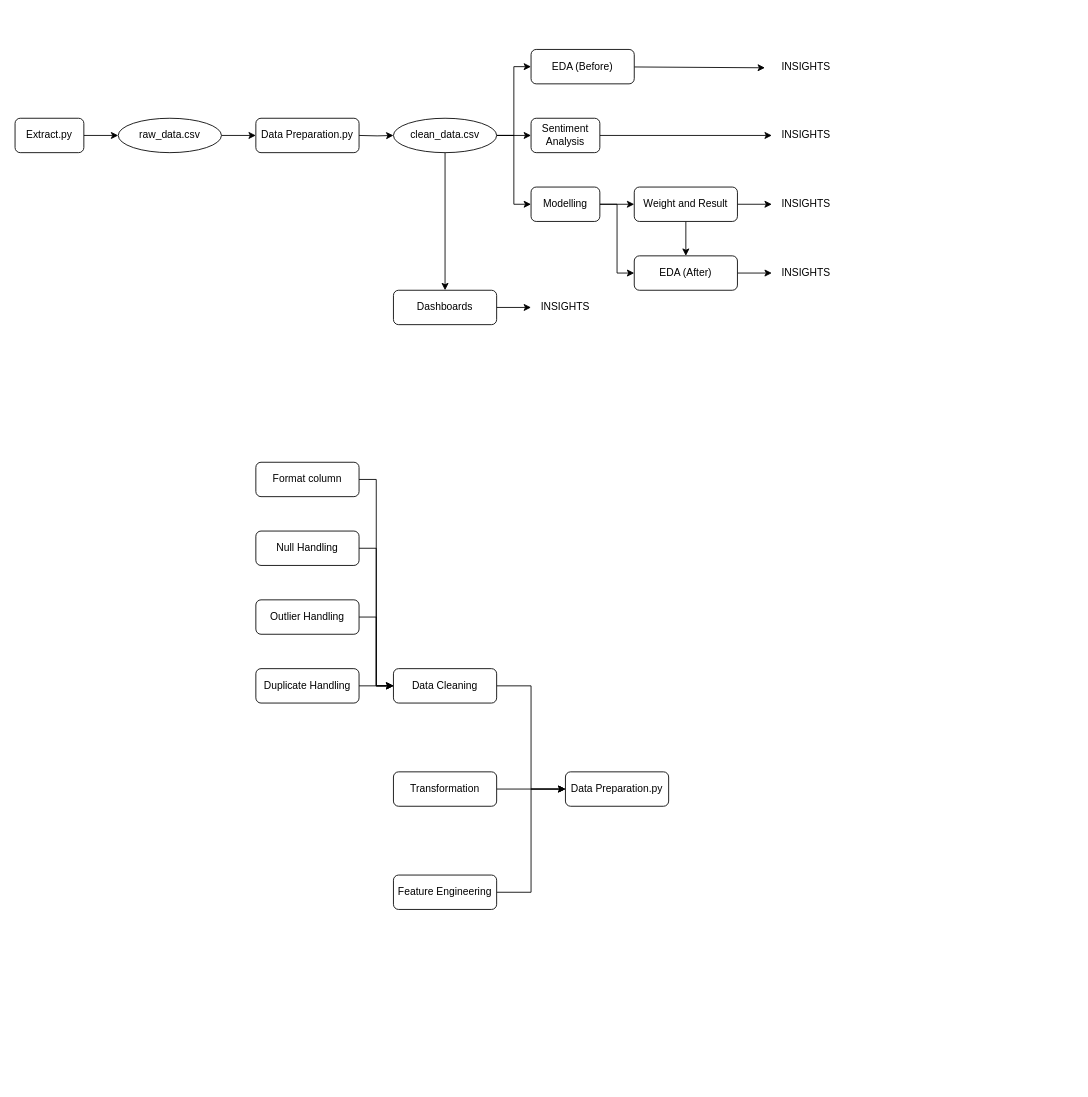
The draw.io diagram Flow Chart.drawio in MarkPhamm/British-Airway, before the edit. Source tidied: cells renumbered, new cells numbered last; positions are measured from the earlier drawing's top-left corner, leaving out a move shared by most shapes. Both pictures are drawn from the tidied source at 86%, with x=0, y=0 at pixel (15, 49).
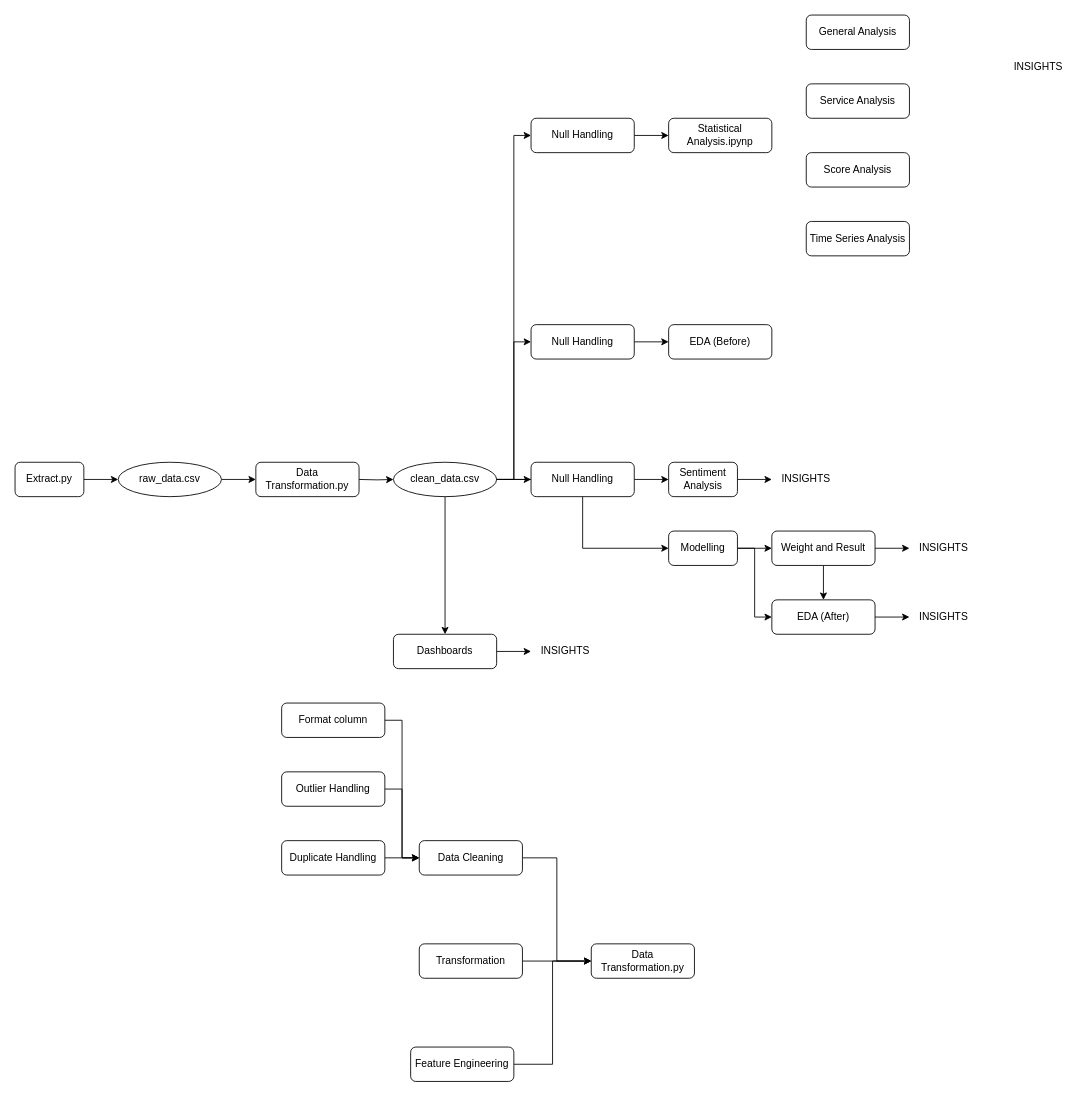
Above is the later version.

Change to the diagram source:
```diff
@@
     <mxCell id="3" value="Extract.py" style="rounded=1;whiteSpace=wrap;html=1;fontSize=12;glass=0;strokeWidth=1;shadow=0;" parent="1" vertex="1">
-      <mxGeometry y="80" width="80" height="40" as="geometry" />
+      <mxGeometry y="480" width="80" height="40" as="geometry" />
     </mxCell>
@@
     <mxCell id="5" value="raw_data.csv" style="ellipse;whiteSpace=wrap;html=1;rounded=1;glass=0;strokeWidth=1;shadow=0;" parent="1" vertex="1">
-      <mxGeometry x="120" y="80" width="120" height="40" as="geometry" />
+      <mxGeometry x="120" y="480" width="120" height="40" as="geometry" />
     </mxCell>
     <mxCell id="6" style="edgeStyle=orthogonalEdgeStyle;rounded=0;jettySize=auto;html=1;entryX=0;entryY=0.5;entryDx=0;entryDy=0;" parent="1" edge="1" target="12">
       <mxGeometry relative="1" as="geometry">
-        <mxPoint x="400" y="100" as="sourcePoint" />
+        <mxPoint x="400" y="500" as="sourcePoint" />
       </mxGeometry>
     </mxCell>
-    <mxCell id="7" value="Data Preparation.py" style="rounded=1;whiteSpace=wrap;html=1;glass=0;strokeWidth=1;shadow=0;" parent="1" vertex="1">
-      <mxGeometry x="280" y="80" width="120" height="40" as="geometry" />
+    <mxCell id="7" value="Data Transformation.py" style="rounded=1;whiteSpace=wrap;html=1;glass=0;strokeWidth=1;shadow=0;" parent="1" vertex="1">
+      <mxGeometry x="280" y="480" width="120" height="40" as="geometry" />
     </mxCell>
-    <mxCell id="8" style="edgeStyle=orthogonalEdgeStyle;rounded=0;jettySize=auto;html=1;entryX=0;entryY=0.5;entryDx=0;entryDy=0;" parent="1" edge="1" source="12" target="14">
-      <mxGeometry relative="1" as="geometry" />
-    </mxCell>
-    <mxCell id="9" style="edgeStyle=orthogonalEdgeStyle;rounded=0;jettySize=auto;html=1;entryX=0;entryY=0.5;entryDx=0;entryDy=0;" parent="1" edge="1" source="12" target="16">
+    <mxCell id="9" style="edgeStyle=orthogonalEdgeStyle;rounded=0;jettySize=auto;html=1;entryX=0;entryY=0.5;entryDx=0;entryDy=0;" parent="1" edge="1" source="48" target="16">
       <mxGeometry relative="1" as="geometry" />
     </mxCell>
@@
     <mxCell id="12" value="clean_data.csv" style="ellipse;whiteSpace=wrap;html=1;rounded=1;glass=0;strokeWidth=1;shadow=0;" parent="1" vertex="1">
-      <mxGeometry x="440" y="80" width="120" height="40" as="geometry" />
+      <mxGeometry x="440" y="480" width="120" height="40" as="geometry" />
     </mxCell>
-    <mxCell id="13" style="rounded=0;jettySize=auto;html=1;entryX=-0.1;entryY=0.533;entryDx=0;entryDy=0;entryPerimeter=0;" parent="1" edge="1" source="14" target="27">
-      <mxGeometry relative="1" as="geometry" />
-    </mxCell>
-    <mxCell id="14" value="EDA (Before)" style="rounded=1;whiteSpace=wrap;html=1;fontSize=12;glass=0;strokeWidth=1;shadow=0;" parent="1" vertex="1">
-      <mxGeometry x="600" width="120" height="40" as="geometry" />
+    <mxCell id="14" value="Statistical Analysis.ipynp" style="rounded=1;whiteSpace=wrap;html=1;fontSize=12;glass=0;strokeWidth=1;shadow=0;" parent="1" vertex="1">
+      <mxGeometry x="760" y="80" width="120" height="40" as="geometry" />
     </mxCell>
@@
     <mxCell id="16" value="Sentiment Analysis" style="rounded=1;whiteSpace=wrap;html=1;fontSize=12;glass=0;strokeWidth=1;shadow=0;" parent="1" vertex="1">
-      <mxGeometry x="600" y="80" width="80" height="40" as="geometry" />
+      <mxGeometry x="760" y="480" width="80" height="40" as="geometry" />
     </mxCell>
@@
     <mxCell id="19" value="Modelling" style="rounded=1;whiteSpace=wrap;html=1;fontSize=12;glass=0;strokeWidth=1;shadow=0;" parent="1" vertex="1">
-      <mxGeometry x="600" y="160" width="80" height="40" as="geometry" />
+      <mxGeometry x="760" y="560" width="80" height="40" as="geometry" />
     </mxCell>
@@
     <mxCell id="21" value="EDA (After)" style="rounded=1;whiteSpace=wrap;html=1;fontSize=12;glass=0;strokeWidth=1;shadow=0;" parent="1" vertex="1">
-      <mxGeometry x="720" y="240" width="120" height="40" as="geometry" />
+      <mxGeometry x="880" y="640" width="120" height="40" as="geometry" />
     </mxCell>
@@
     <mxCell id="24" value="Weight and Result" style="rounded=1;whiteSpace=wrap;html=1;" parent="1" vertex="1">
-      <mxGeometry x="720" y="160" width="120" height="40" as="geometry" />
+      <mxGeometry x="880" y="560" width="120" height="40" as="geometry" />
     </mxCell>
@@
     <mxCell id="26" value="Dashboards" style="rounded=1;whiteSpace=wrap;html=1;" parent="1" vertex="1">
-      <mxGeometry x="440" y="280" width="120" height="40" as="geometry" />
+      <mxGeometry x="440" y="680" width="120" height="40" as="geometry" />
     </mxCell>
     <mxCell id="27" value="INSIGHTS" style="text;html=1;align=center;verticalAlign=middle;whiteSpace=wrap;rounded=0;" parent="1" vertex="1">
-      <mxGeometry x="880" width="80" height="40" as="geometry" />
+      <mxGeometry x="1150" width="80" height="40" as="geometry" />
     </mxCell>
     <mxCell id="28" value="INSIGHTS" style="text;html=1;align=center;verticalAlign=middle;whiteSpace=wrap;rounded=0;" parent="1" vertex="1">
-      <mxGeometry x="880" y="80" width="80" height="40" as="geometry" />
+      <mxGeometry x="880" y="480" width="80" height="40" as="geometry" />
     </mxCell>
     <mxCell id="29" value="INSIGHTS" style="text;html=1;align=center;verticalAlign=middle;whiteSpace=wrap;rounded=0;" parent="1" vertex="1">
-      <mxGeometry x="880" y="160" width="80" height="40" as="geometry" />
+      <mxGeometry x="1040" y="560" width="80" height="40" as="geometry" />
     </mxCell>
     <mxCell id="30" value="INSIGHTS" style="text;html=1;align=center;verticalAlign=middle;whiteSpace=wrap;rounded=0;" parent="1" vertex="1">
-      <mxGeometry x="600" y="280" width="80" height="40" as="geometry" />
+      <mxGeometry x="600" y="680" width="80" height="40" as="geometry" />
     </mxCell>
     <mxCell id="31" value="INSIGHTS" style="text;html=1;align=center;verticalAlign=middle;whiteSpace=wrap;rounded=0;" parent="1" vertex="1">
-      <mxGeometry x="880" y="240" width="80" height="40" as="geometry" />
+      <mxGeometry x="1040" y="640" width="80" height="40" as="geometry" />
     </mxCell>
-    <mxCell id="32" value="Data Preparation.py" style="rounded=1;whiteSpace=wrap;html=1;glass=0;strokeWidth=1;shadow=0;" parent="1" vertex="1">
-      <mxGeometry x="640" y="840" width="120" height="40" as="geometry" />
+    <mxCell id="32" value="Data Transformation.py" style="rounded=1;whiteSpace=wrap;html=1;glass=0;strokeWidth=1;shadow=0;" parent="1" vertex="1">
+      <mxGeometry x="670" y="1040" width="120" height="40" as="geometry" />
     </mxCell>
@@
     <mxCell id="34" value="Data Cleaning" style="rounded=1;whiteSpace=wrap;html=1;glass=0;strokeWidth=1;shadow=0;" parent="1" vertex="1">
-      <mxGeometry x="440" y="720" width="120" height="40" as="geometry" />
+      <mxGeometry x="470" y="920" width="120" height="40" as="geometry" />
     </mxCell>
@@
     <mxCell id="36" value="Transformation" style="rounded=1;whiteSpace=wrap;html=1;glass=0;strokeWidth=1;shadow=0;" parent="1" vertex="1">
-      <mxGeometry x="440" y="840" width="120" height="40" as="geometry" />
+      <mxGeometry x="470" y="1040" width="120" height="40" as="geometry" />
     </mxCell>
@@
     <mxCell id="38" value="Feature Engineering" style="rounded=1;whiteSpace=wrap;html=1;glass=0;strokeWidth=1;shadow=0;" parent="1" vertex="1">
-      <mxGeometry x="440" y="960" width="120" height="40" as="geometry" />
+      <mxGeometry x="460" y="1160" width="120" height="40" as="geometry" />
     </mxCell>
@@
     <mxCell id="40" value="Format column" style="rounded=1;whiteSpace=wrap;html=1;glass=0;strokeWidth=1;shadow=0;" parent="1" vertex="1">
-      <mxGeometry x="280" y="480" width="120" height="40" as="geometry" />
+      <mxGeometry x="310" y="760" width="120" height="40" as="geometry" />
     </mxCell>
-    <mxCell id="41" style="edgeStyle=orthogonalEdgeStyle;rounded=0;jettySize=auto;html=1;entryX=0;entryY=0.5;entryDx=0;entryDy=0;" parent="1" edge="1" source="42" target="34">
-      <mxGeometry relative="1" as="geometry" />
-    </mxCell>
-    <mxCell id="42" value="Null Handling" style="rounded=1;whiteSpace=wrap;html=1;glass=0;strokeWidth=1;shadow=0;" parent="1" vertex="1">
-      <mxGeometry x="280" y="560" width="120" height="40" as="geometry" />
-    </mxCell>
@@
     <mxCell id="44" value="Outlier Handling" style="rounded=1;whiteSpace=wrap;html=1;glass=0;strokeWidth=1;shadow=0;" parent="1" vertex="1">
-      <mxGeometry x="280" y="640" width="120" height="40" as="geometry" />
+      <mxGeometry x="310" y="840" width="120" height="40" as="geometry" />
     </mxCell>
@@
     <mxCell id="46" value="Duplicate Handling" style="rounded=1;whiteSpace=wrap;html=1;glass=0;strokeWidth=1;shadow=0;" parent="1" vertex="1">
-      <mxGeometry x="280" y="720" width="120" height="40" as="geometry" />
+      <mxGeometry x="310" y="920" width="120" height="40" as="geometry" />
     </mxCell>
+    <mxCell id="47" style="edgeStyle=orthogonalEdgeStyle;rounded=0;jettySize=auto;html=1;entryX=0;entryY=0.5;entryDx=0;entryDy=0;" parent="1" edge="1" source="12" target="48">
+      <mxGeometry relative="1" as="geometry" />
+    </mxCell>
+    <mxCell id="48" value="Null Handling" style="rounded=1;whiteSpace=wrap;html=1;glass=0;strokeWidth=1;shadow=0;" parent="1" vertex="1">
+      <mxGeometry x="600" y="480" width="120" height="40" as="geometry" />
+    </mxCell>
+    <mxCell id="49" style="edgeStyle=orthogonalEdgeStyle;rounded=0;jettySize=auto;html=1;entryX=0;entryY=0.5;entryDx=0;entryDy=0;" parent="1" edge="1" source="12" target="51">
+      <mxGeometry relative="1" as="geometry">
+        <Array as="points">
+          <mxPoint x="580" y="500" />
+          <mxPoint x="580" y="100" />
+        </Array>
+      </mxGeometry>
+    </mxCell>
+    <mxCell id="50" style="edgeStyle=orthogonalEdgeStyle;rounded=0;jettySize=auto;html=1;" parent="1" edge="1" source="51" target="14">
+      <mxGeometry relative="1" as="geometry" />
+    </mxCell>
+    <mxCell id="51" value="Null Handling" style="rounded=1;whiteSpace=wrap;html=1;glass=0;strokeWidth=1;shadow=0;" parent="1" vertex="1">
+      <mxGeometry x="600" y="80" width="120" height="40" as="geometry" />
+    </mxCell>
+    <mxCell id="52" value="EDA (Before)" style="rounded=1;whiteSpace=wrap;html=1;fontSize=12;glass=0;strokeWidth=1;shadow=0;" parent="1" vertex="1">
+      <mxGeometry x="760" y="320" width="120" height="40" as="geometry" />
+    </mxCell>
+    <mxCell id="53" style="edgeStyle=orthogonalEdgeStyle;rounded=0;jettySize=auto;html=1;" parent="1" edge="1" source="54" target="52">
+      <mxGeometry relative="1" as="geometry" />
+    </mxCell>
+    <mxCell id="54" value="Null Handling" style="rounded=1;whiteSpace=wrap;html=1;glass=0;strokeWidth=1;shadow=0;" parent="1" vertex="1">
+      <mxGeometry x="600" y="320" width="120" height="40" as="geometry" />
+    </mxCell>
+    <mxCell id="55" style="endArrow=classic;html=1;rounded=0;entryX=0;entryY=0.5;entryDx=0;entryDy=0;exitX=1;exitY=0.5;exitDx=0;exitDy=0;edgeStyle=orthogonalEdgeStyle;" parent="1" edge="1" source="12" target="54">
+      <mxGeometry relative="1" as="geometry" />
+    </mxCell>
+    <mxCell id="56" value="Service Analysis" style="rounded=1;whiteSpace=wrap;html=1;" parent="1" vertex="1">
+      <mxGeometry x="920" y="40" width="120" height="40" as="geometry" />
+    </mxCell>
+    <mxCell id="57" value="Score Analysis" style="rounded=1;whiteSpace=wrap;html=1;" parent="1" vertex="1">
+      <mxGeometry x="920" y="120" width="120" height="40" as="geometry" />
+    </mxCell>
+    <mxCell id="58" value="Time Series Analysis" style="rounded=1;whiteSpace=wrap;html=1;" parent="1" vertex="1">
+      <mxGeometry x="920" y="200" width="120" height="40" as="geometry" />
+    </mxCell>
+    <mxCell id="59" value="General Analysis" style="rounded=1;whiteSpace=wrap;html=1;" parent="1" vertex="1">
+      <mxGeometry x="920" y="-40" width="120" height="40" as="geometry" />
+    </mxCell>
```
